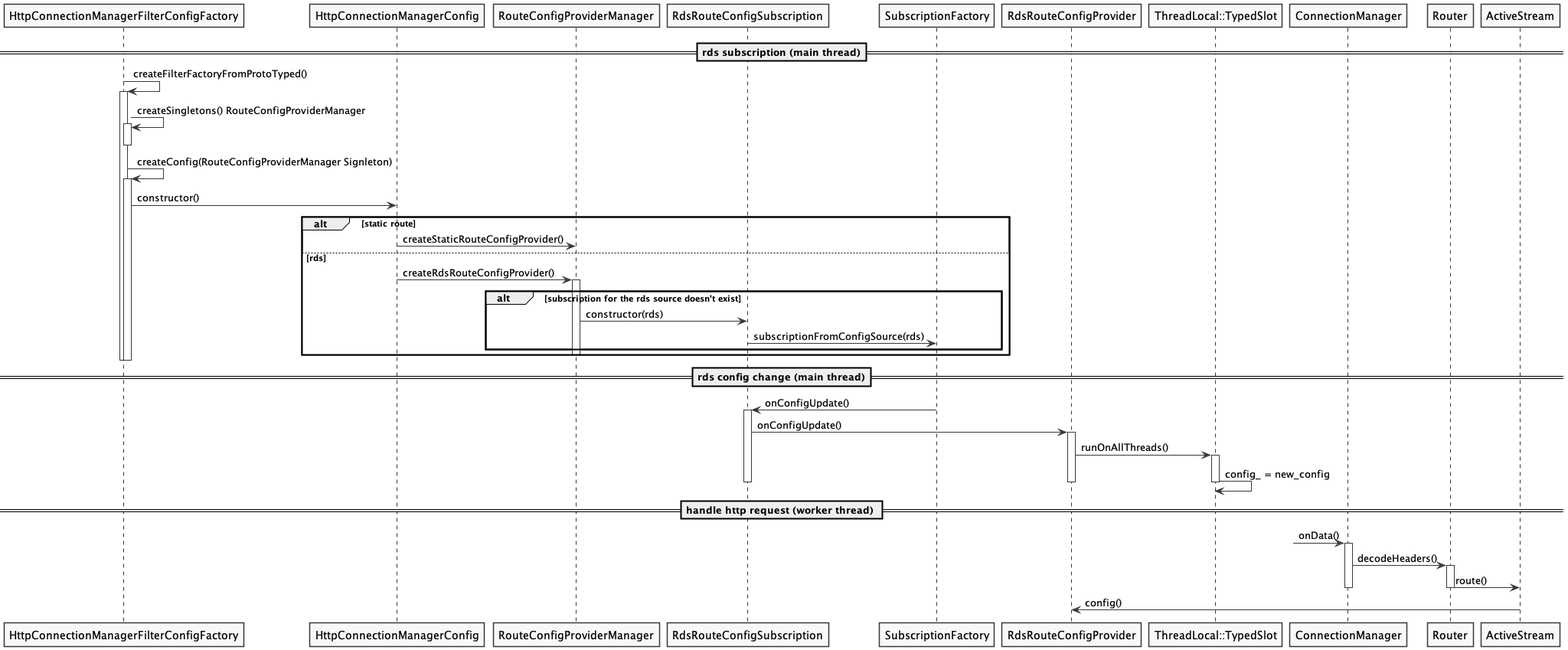
Before: img/2021-08-11-envoy-code/rds.png, a diagram exported from PlantUML (zhaohuabing/zhaohuabing.github.io).
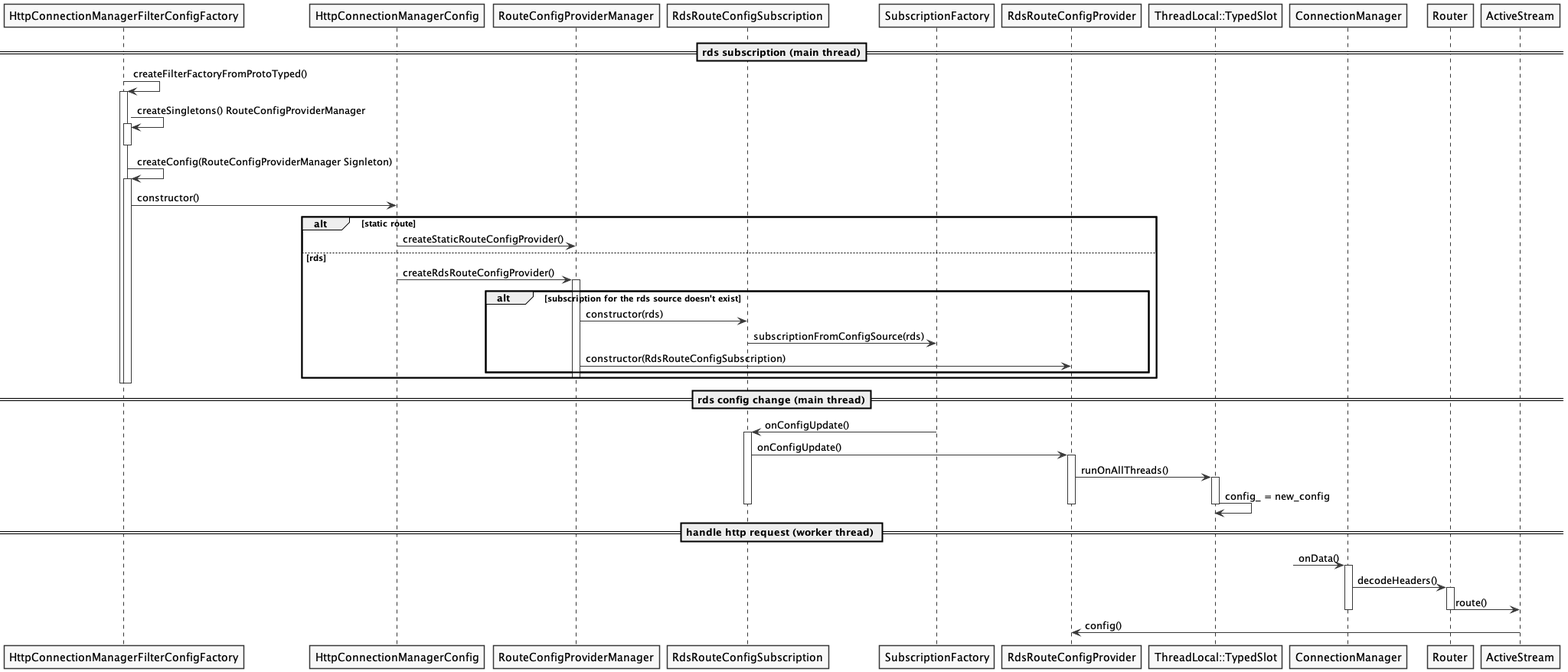
Above is the later version.

What changed in the source:
```diff
@@ -25,6 +25,7 @@
     alt subscription for the rds source doesn't exist
             RouteConfigProviderManager -> RdsRouteConfigSubscription:constructor(rds)
             RdsRouteConfigSubscription -> SubscriptionFactory:subscriptionFromConfigSource(rds)
+            RouteConfigProviderManager -> RdsRouteConfigProvider:constructor(RdsRouteConfigSubscription)
     end
     deactivate RouteConfigProviderManager
 end
```
